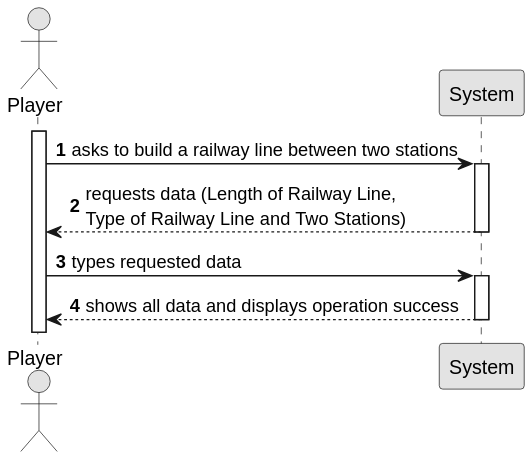
ivasduarte/all-aboard keeps this PlantUML diagram as docs/sprint2/us008/01.requirements-engineering/svg/us008-system-sequence-diagram.svg. Above is the earlier version. Its diagram source:
```plantuml
@startuml
skinparam monochrome true
skinparam packageStyle rectangle
skinparam shadowing false

autonumber

actor "Player" as Editor
participant "System" as System

activate Editor

    Editor -> System : asks to build a railway line between two stations
    activate System

    System --> Editor : requests data (Length of Railway Line, \nType of Railway Line and Two Stations)
    deactivate System

    Editor -> System : types requested data
    activate System

    System --> Editor : shows all data and displays operation success
    deactivate System
@enduml
```
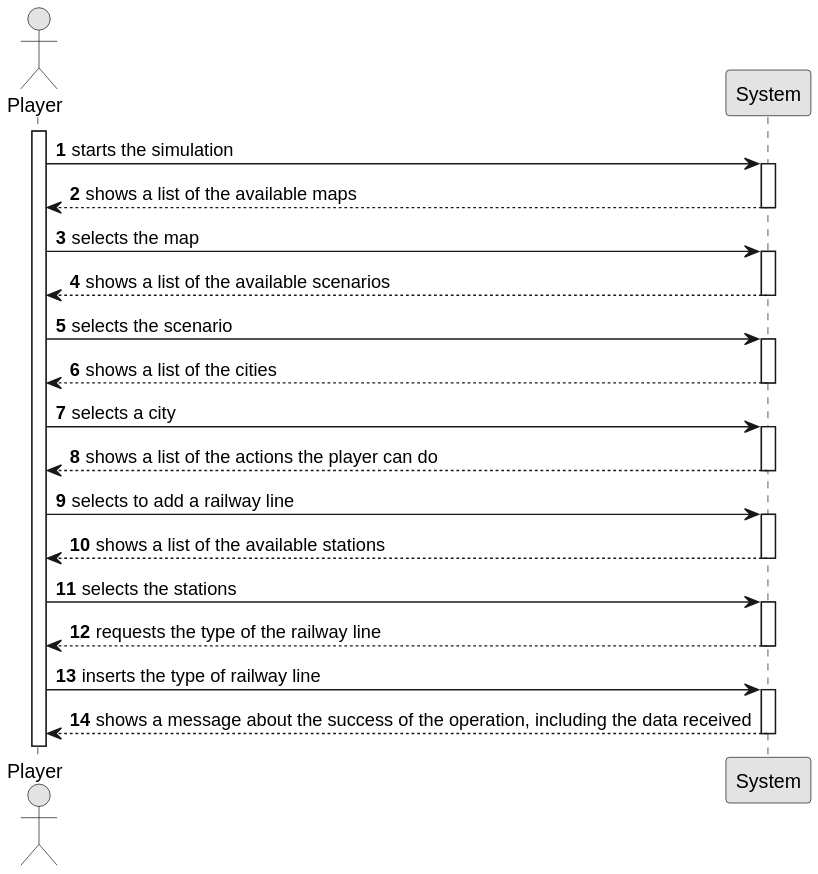
Above is the later version.

Diff of the diagram source:
```diff
@@ -10,15 +10,46 @@
 
 activate Editor
 
-    Editor -> System : asks to build a railway line between two stations
+    Editor -> System : starts the simulation
     activate System
 
-    System --> Editor : requests data (Length of Railway Line, \nType of Railway Line and Two Stations)
+    System --> Editor : shows a list of the available maps
     deactivate System
 
-    Editor -> System : types requested data
+    Editor -> System : selects the map
     activate System
 
-    System --> Editor : shows all data and displays operation success
+    System --> Editor : shows a list of the available scenarios
     deactivate System
+
+    Editor -> System : selects the scenario
+    activate System
+
+    System --> Editor : shows a list of the cities
+    deactivate System
+
+    Editor -> System : selects a city
+    activate System
+
+    System --> Editor : shows a list of the actions the player can do
+    deactivate System
+
+    Editor -> System : selects to add a railway line
+    activate System
+
+    System --> Editor : shows a list of the available stations
+    deactivate System
+
+    Editor -> System : selects the stations
+    activate System
+
+    System --> Editor : requests the type of the railway line
+    deactivate System
+
+    Editor -> System : inserts the type of railway line
+    activate System
+
+    System --> Editor : shows a message about the success of the operation, including the data received
+    deactivate System
+
 @enduml
```
